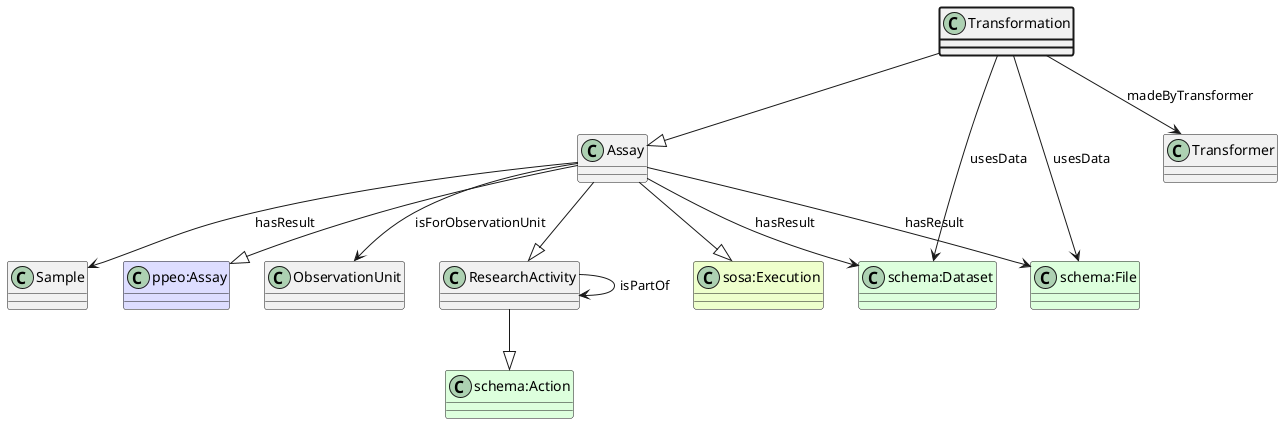
aus-plant-phenomics-network/appn-schema keeps this PlantUML diagram as ttl_uml/ttl_appn_Transformation.png. Above is the earlier version.
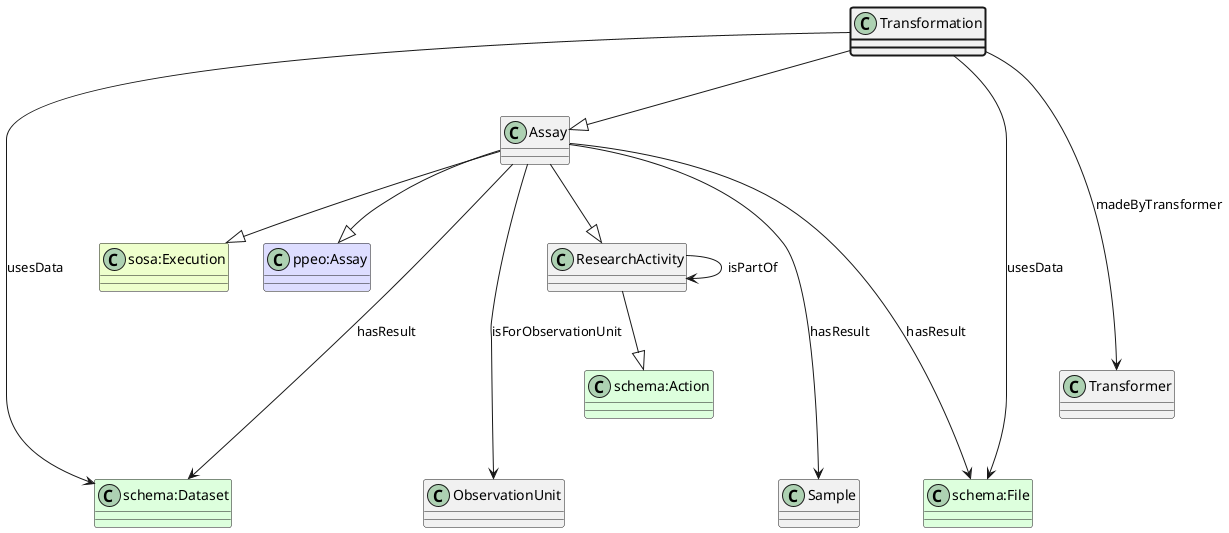
Above is the later version.

What changed in the source:
```diff
@@ -5,25 +5,25 @@
 class "schema:Action" #DDFFDD
 ResearchActivity --|> "schema:Action"
 class ResearchActivity
-ResearchActivity --> ResearchActivity : isPartOf
+ResearchActivity ----> ResearchActivity : isPartOf
 Assay --|> ResearchActivity
 class "sosa:Execution" #EEFFCC
 Assay --|> "sosa:Execution"
 class "ppeo:Assay" #DDDDFF
 Assay --|> "ppeo:Assay"
 class ObservationUnit
-Assay --> ObservationUnit : isForObservationUnit
+Assay ----> ObservationUnit : isForObservationUnit
 class "schema:Dataset" #DDFFDD
-Assay --> "schema:Dataset" : hasResult
+Assay ----> "schema:Dataset" : hasResult
 class "schema:File" #DDFFDD
-Assay --> "schema:File" : hasResult
+Assay ----> "schema:File" : hasResult
 class Sample
-Assay --> Sample : hasResult
+Assay ----> Sample : hasResult
 Transformation --|> Assay
 class Transformer
-Transformation --> Transformer : madeByTransformer
+Transformation ----> Transformer : madeByTransformer
 class "schema:Dataset" #DDFFDD
-Transformation --> "schema:Dataset" : usesData
+Transformation ----> "schema:Dataset" : usesData
 class "schema:File" #DDFFDD
-Transformation --> "schema:File" : usesData
+Transformation ----> "schema:File" : usesData
 @enduml
```
